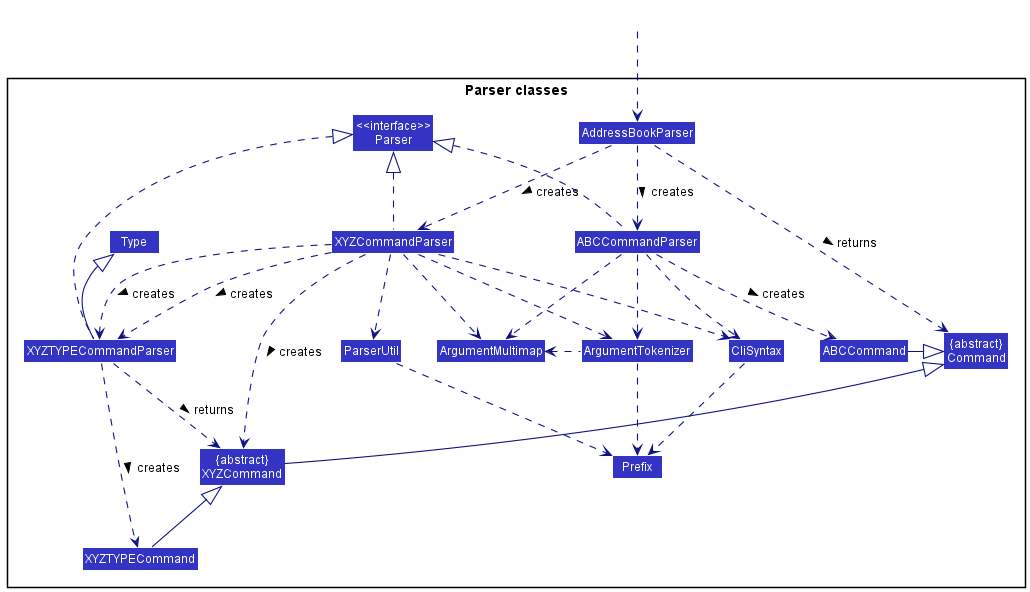
This is docs/images/ParserClasses.png from rcjj98/tp, a PlantUML export, as it was before one commit.
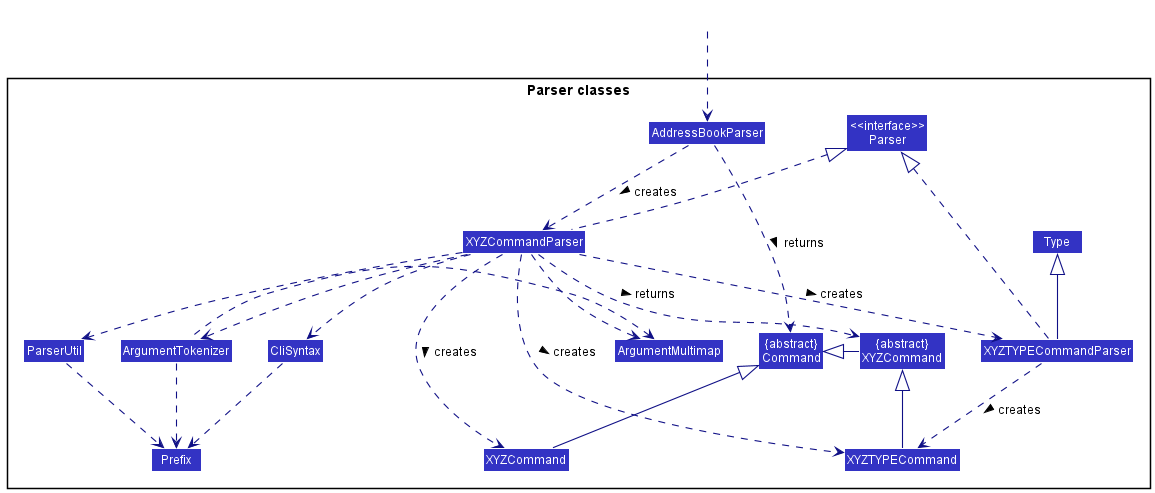
The same diagram one commit later.

Diff of the diagram source:
```diff
@@ -8,10 +8,9 @@
 package "Parser classes"{
 Class "<<interface>>\nParser" as Parser
 Class "{abstract}\nCommand" as Command
-Class "{abstract}\nXYZCommand" as XYZCommand
+Class "{abstract}\nXYZCommand" as XYZAbstractCommand
 Class AddressBookParser
 Class XYZCommandParser
-Class ABCCommandParser
 Class CliSyntax
 Class ParserUtil
 Class ArgumentMultimap
@@ -19,7 +18,7 @@
 Class Prefix
 Class XYZTYPECommandParser
 Class XYZTYPECommand
-Class ABCCommand
+Class XYZCommand
 enum Type
 }
 
@@ -27,31 +26,26 @@
 HiddenOutside ..> AddressBookParser
 
 AddressBookParser .down.> XYZCommandParser: creates >
-AddressBookParser .down.> ABCCommandParser: creates >
 AddressBookParser ..> Command : returns >
-XYZCommandParser ..> XYZCommand : creates >
+XYZCommandParser ..> XYZTYPECommand : creates >
 XYZCommandParser .up.|> Parser
 XYZCommandParser ..> ArgumentMultimap
 XYZCommandParser ..> ArgumentTokenizer
 XYZCommandParser ..> CliSyntax
-XYZCommandParser ..> XYZTYPECommandParser : creates >
-ABCCommandParser ..> ABCCommand : creates >
-ABCCommandParser .up.|> Parser
-ABCCommandParser ..> ArgumentMultimap
-ABCCommandParser ..> ArgumentTokenizer
-ABCCommandParser ..> CliSyntax
+XYZCommandParser ..> XYZCommand : creates >
+XYZCommandParser ..> XYZAbstractCommand : returns >
 XYZTYPECommandParser ..> XYZTYPECommand : creates >
-XYZTYPECommandParser ..> XYZCommand : returns >
 XYZTYPECommandParser .up.|> Parser
-XYZTYPECommand -up-|> XYZCommand
+XYZTYPECommand -up-|> XYZAbstractCommand
 XYZTYPECommandParser -up-|> Type
 ArgumentTokenizer .left.> ArgumentMultimap
 CliSyntax ..> Prefix
 XYZCommandParser ..> ParserUtil
 ParserUtil .down.> Prefix
 ArgumentTokenizer .down.> Prefix
+XYZAbstractCommand -right-|> Command
 XYZCommand -up-|> Command
 XYZCommandParser ..> XYZTYPECommandParser: creates >
-ABCCommand -up|> Command
+
 
 @enduml
```
